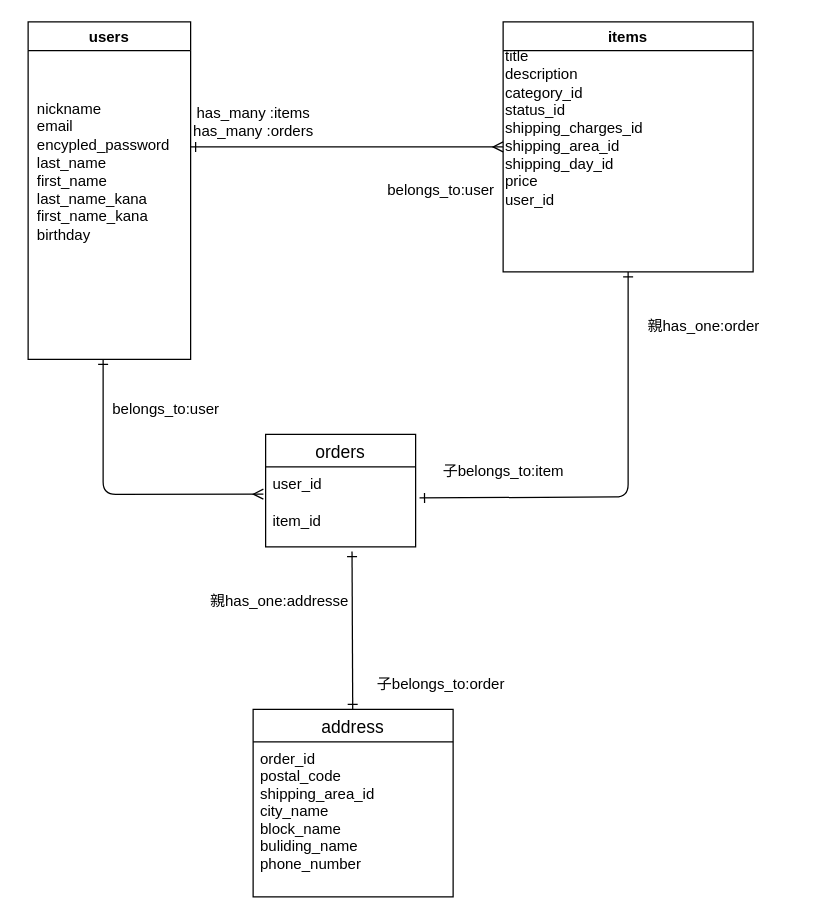
Above: furima.dio in rtm29331/furima-38657 (draw.io), before the change. Source tidied: cells renumbered, new cells numbered last; positions are measured from the earlier drawing's top-left corner, leaving out a move shared by most shapes. Both pictures are drawn from the tidied source at 125%, with x=0, y=0 at pixel (28, 21).
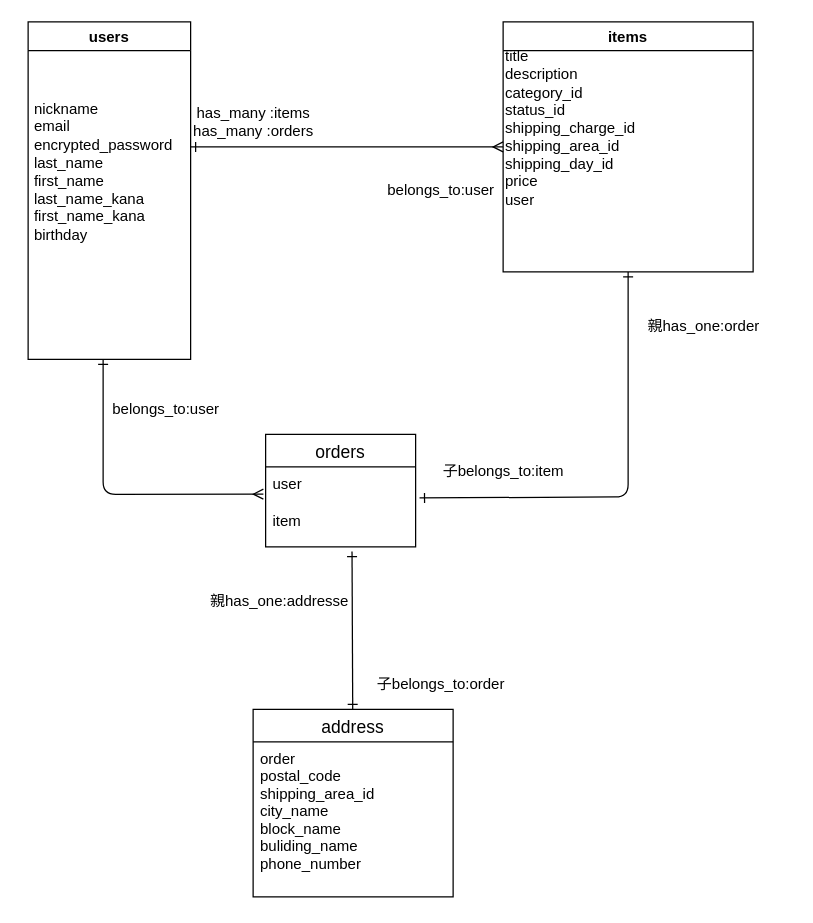
Above is the later version.

The change refers to these unchanged cells:
```xml
<mxCell id="4" value="users" style="swimlane;" parent="1" vertex="1">
  <mxGeometry width="130" height="270" as="geometry" />
</mxCell>
<mxCell id="6" value="items" style="swimlane;" parent="1" vertex="1">
  <mxGeometry x="380" width="200" height="200" as="geometry" />
</mxCell>
<mxCell id="8" value="orders" style="swimlane;fontStyle=0;horizontal=1;startSize=26;align=center;fontSize=14;" parent="1" vertex="1">
  <mxGeometry x="190" y="330" width="120" height="90" as="geometry" />
</mxCell>
<mxCell id="18" value="address" style="swimlane;fontStyle=0;horizontal=1;startSize=26;align=center;fontSize=14;" parent="1" vertex="1">
  <mxGeometry x="180" y="550" width="160" height="150" as="geometry" />
</mxCell>
```

The edit, as a diff of the source:
```diff
@@
-    <mxCell id="5" value="&lt;div style=&quot;text-align: left&quot;&gt;&lt;span&gt;nickname&lt;/span&gt;&lt;/div&gt;&lt;div style=&quot;text-align: left&quot;&gt;&lt;span&gt;email&lt;/span&gt;&lt;/div&gt;&lt;div style=&quot;text-align: left&quot;&gt;&lt;span&gt;encypled_password&lt;/span&gt;&lt;/div&gt;&lt;div style=&quot;text-align: left&quot;&gt;&lt;span&gt;last_name&lt;/span&gt;&lt;/div&gt;&lt;div style=&quot;text-align: left&quot;&gt;&lt;span&gt;first_name&lt;/span&gt;&lt;/div&gt;&lt;div style=&quot;text-align: left&quot;&gt;&lt;span&gt;last_name_kana&lt;/span&gt;&lt;/div&gt;&lt;div style=&quot;text-align: left&quot;&gt;&lt;span&gt;first_name_kana&lt;/span&gt;&lt;/div&gt;&lt;div style=&quot;text-align: left&quot;&gt;&lt;span&gt;birthday&lt;/span&gt;&lt;/div&gt;" style="text;html=1;align=center;verticalAlign=middle;strokeColor=none;fillColor=none;" parent="4" vertex="1">
-      <mxGeometry y="60" width="120" height="120" as="geometry" />
+    <mxCell id="5" value="&lt;div style=&quot;text-align: left&quot;&gt;&lt;span&gt;nickname&lt;/span&gt;&lt;/div&gt;&lt;div style=&quot;text-align: left&quot;&gt;&lt;span&gt;email&lt;/span&gt;&lt;/div&gt;&lt;div style=&quot;text-align: left&quot;&gt;&lt;span&gt;encrypted_password&lt;/span&gt;&lt;/div&gt;&lt;div style=&quot;text-align: left&quot;&gt;&lt;span&gt;last_name&lt;/span&gt;&lt;/div&gt;&lt;div style=&quot;text-align: left&quot;&gt;&lt;span&gt;first_name&lt;/span&gt;&lt;/div&gt;&lt;div style=&quot;text-align: left&quot;&gt;&lt;span&gt;last_name_kana&lt;/span&gt;&lt;/div&gt;&lt;div style=&quot;text-align: left&quot;&gt;&lt;span&gt;first_name_kana&lt;/span&gt;&lt;/div&gt;&lt;div style=&quot;text-align: left&quot;&gt;&lt;span&gt;birthday&lt;/span&gt;&lt;/div&gt;" style="text;html=1;align=center;verticalAlign=middle;strokeColor=none;fillColor=none;" parent="4" vertex="1">
+      <mxGeometry x="-5" y="60" width="130" height="120" as="geometry" />
     </mxCell>
@@
-    <mxCell id="7" value="title&lt;br&gt;description&lt;br&gt;category_id&lt;br&gt;status_id&lt;br&gt;shipping_charges_id&lt;br&gt;shipping_area_id&lt;br&gt;shipping_day_id&lt;br&gt;price&lt;br&gt;user_id" style="text;html=1;align=left;verticalAlign=middle;strokeColor=none;fillColor=none;" parent="6" vertex="1">
-      <mxGeometry y="20" width="130" height="130" as="geometry" />
+    <mxCell id="7" value="title&lt;br&gt;description&lt;br&gt;category_id&lt;br&gt;status_id&lt;br&gt;shipping_charge_id&lt;br&gt;shipping_area_id&lt;br&gt;shipping_day_id&lt;br&gt;price&lt;br&gt;user" style="text;html=1;align=left;verticalAlign=middle;strokeColor=none;fillColor=none;" parent="6" vertex="1">
+      <mxGeometry y="20" width="120" height="130" as="geometry" />
     </mxCell>
@@
-    <mxCell id="9" value="user_id" style="text;strokeColor=none;fillColor=none;spacingLeft=4;spacingRight=4;overflow=hidden;points=[[0,0.5],[1,0.5]];portConstraint=eastwest;fontSize=12;" parent="8" vertex="1">
+    <mxCell id="9" value="user" style="text;strokeColor=none;fillColor=none;spacingLeft=4;spacingRight=4;overflow=hidden;points=[[0,0.5],[1,0.5]];portConstraint=eastwest;fontSize=12;" parent="8" vertex="1">
       <mxGeometry y="26" width="120" height="30" as="geometry" />
     </mxCell>
-    <mxCell id="10" value="item_id" style="text;strokeColor=none;fillColor=none;spacingLeft=4;spacingRight=4;overflow=hidden;points=[[0,0.5],[1,0.5]];portConstraint=eastwest;fontSize=12;" parent="8" vertex="1">
+    <mxCell id="10" value="item" style="text;strokeColor=none;fillColor=none;spacingLeft=4;spacingRight=4;overflow=hidden;points=[[0,0.5],[1,0.5]];portConstraint=eastwest;fontSize=12;" parent="8" vertex="1">
       <mxGeometry y="56" width="120" height="34" as="geometry" />
     </mxCell>
@@
-    <mxCell id="19" value="order_id&#10;postal_code&#10;shipping_area_id&#10;city_name&#10;block_name&#10;buliding_name&#10;phone_number" style="text;strokeColor=none;fillColor=none;spacingLeft=4;spacingRight=4;overflow=hidden;fontSize=12;" parent="18" vertex="1">
+    <mxCell id="19" value="order&#10;postal_code&#10;shipping_area_id&#10;city_name&#10;block_name&#10;buliding_name&#10;phone_number" style="text;strokeColor=none;fillColor=none;spacingLeft=4;spacingRight=4;overflow=hidden;fontSize=12;" parent="18" vertex="1">
       <mxGeometry y="26" width="160" height="124" as="geometry" />
     </mxCell>
```
